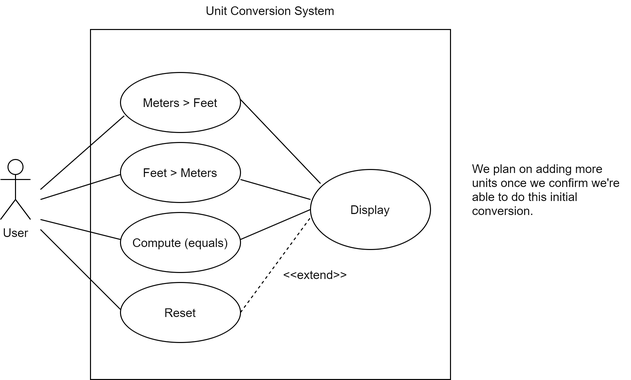
This is artifacts/functional-models/use-case-diagram3-unit-conversion.png from pratik-stha/GVSU-CIS641-MISCHIEF-MANAGEMENT, a draw.io export, as it was before one commit. Source tidied: cells renumbered, new cells last; positions are measured from the earlier drawing's top-left corner, leaving out a move shared by most shapes. Its diagram source:
```xml
<mxGraphModel>
  <root>
    <mxCell id="0" />
    <mxCell id="1" parent="0" />
    <mxCell id="2" style="rounded=0;whiteSpace=wrap;html=1;" parent="1" vertex="1">
      <mxGeometry x="90" y="29" width="360" height="350" as="geometry" />
    </mxCell>
    <mxCell id="3" value="User" style="shape=umlActor;verticalLabelPosition=bottom;verticalAlign=top;html=1;" parent="1" vertex="1">
      <mxGeometry y="159" width="30" height="60" as="geometry" />
    </mxCell>
    <mxCell id="4" value="Meters &amp;gt; Feet" style="ellipse;whiteSpace=wrap;html=1;" parent="1" vertex="1">
      <mxGeometry x="120" y="72" width="120" height="60" as="geometry" />
    </mxCell>
    <mxCell id="5" value="Feet &amp;gt; Meters" style="ellipse;whiteSpace=wrap;html=1;" parent="1" vertex="1">
      <mxGeometry x="120" y="142" width="120" height="60" as="geometry" />
    </mxCell>
    <mxCell id="6" value="Compute (equals)" style="ellipse;whiteSpace=wrap;html=1;" parent="1" vertex="1">
      <mxGeometry x="120" y="212" width="120" height="60" as="geometry" />
    </mxCell>
    <mxCell id="7" value="Display" style="ellipse;whiteSpace=wrap;html=1;" parent="1" vertex="1">
      <mxGeometry x="310" y="169" width="120" height="80" as="geometry" />
    </mxCell>
    <mxCell id="8" style="endArrow=none;html=1;entryX=0.031;entryY=0.722;entryDx=0;entryDy=0;entryPerimeter=0;" parent="1" edge="1" target="4">
      <mxGeometry relative="1" as="geometry">
        <mxPoint x="40" y="189" as="sourcePoint" />
      </mxGeometry>
    </mxCell>
    <mxCell id="9" style="endArrow=none;html=1;" parent="1" edge="1">
      <mxGeometry relative="1" as="geometry">
        <mxPoint x="40" y="229" as="sourcePoint" />
        <mxPoint x="120" y="309" as="targetPoint" />
      </mxGeometry>
    </mxCell>
    <mxCell id="10" value="Unit Conversion System" style="text;html=1;strokeColor=none;fillColor=none;align=center;verticalAlign=middle;whiteSpace=wrap;rounded=0;" parent="1" vertex="1">
      <mxGeometry x="160" width="220" height="20" as="geometry" />
    </mxCell>
    <mxCell id="11" value="Reset" style="ellipse;whiteSpace=wrap;html=1;" parent="1" vertex="1">
      <mxGeometry x="120" y="282" width="120" height="60" as="geometry" />
    </mxCell>
    <mxCell id="12" style="endArrow=none;html=1;" parent="1" edge="1">
      <mxGeometry relative="1" as="geometry">
        <mxPoint x="40" y="199" as="sourcePoint" />
        <mxPoint x="120" y="174" as="targetPoint" />
      </mxGeometry>
    </mxCell>
    <mxCell id="13" style="endArrow=none;html=1;" parent="1" edge="1">
      <mxGeometry relative="1" as="geometry">
        <mxPoint x="40" y="219" as="sourcePoint" />
        <mxPoint x="120" y="239" as="targetPoint" />
      </mxGeometry>
    </mxCell>
    <mxCell id="14" value="&amp;lt;&amp;lt;extend&amp;gt;&amp;gt;" style="text;html=1;strokeColor=none;fillColor=none;align=center;verticalAlign=middle;whiteSpace=wrap;rounded=0;" parent="1" vertex="1">
      <mxGeometry x="295" y="272" width="40" height="3" as="geometry" />
    </mxCell>
    <mxCell id="15" style="endArrow=none;dashed=1;html=1;entryX=0.006;entryY=0.588;entryDx=0;entryDy=0;entryPerimeter=0;exitX=1;exitY=0.5;exitDx=0;exitDy=0;" parent="1" edge="1" source="11" target="7">
      <mxGeometry relative="1" as="geometry" />
    </mxCell>
    <mxCell id="16" style="endArrow=none;html=1;entryX=0;entryY=0.5;entryDx=0;entryDy=0;" parent="1" edge="1" target="7">
      <mxGeometry relative="1" as="geometry">
        <mxPoint x="240" y="239" as="sourcePoint" />
      </mxGeometry>
    </mxCell>
    <mxCell id="17" style="endArrow=none;html=1;" parent="1" edge="1">
      <mxGeometry relative="1" as="geometry">
        <mxPoint x="240" y="179" as="sourcePoint" />
        <mxPoint x="310" y="199" as="targetPoint" />
      </mxGeometry>
    </mxCell>
    <mxCell id="18" style="endArrow=none;html=1;" parent="1" edge="1">
      <mxGeometry relative="1" as="geometry">
        <mxPoint x="240" y="99" as="sourcePoint" />
        <mxPoint x="320" y="183" as="targetPoint" />
      </mxGeometry>
    </mxCell>
    <mxCell id="19" value="We plan on adding more units once we confirm we're able to do this initial conversion.&amp;nbsp;" style="text;html=1;strokeColor=none;fillColor=none;align=left;verticalAlign=middle;whiteSpace=wrap;rounded=0;" parent="1" vertex="1">
      <mxGeometry x="470" y="129" width="160" height="120" as="geometry" />
    </mxCell>
  </root>
</mxGraphModel>
```
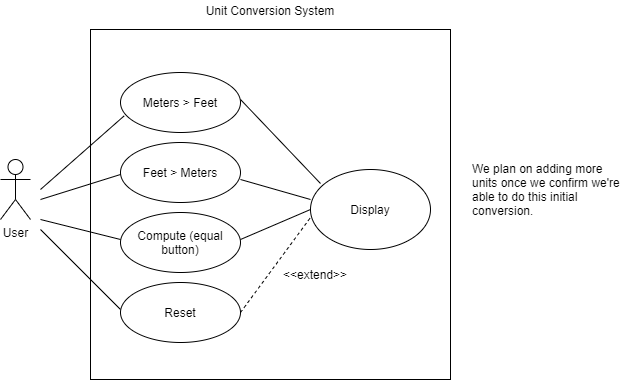
The same file after the commit.

What changed in the source:
```diff
@@ -14,7 +14,7 @@
     <mxCell id="5" value="Feet &amp;gt; Meters" style="ellipse;whiteSpace=wrap;html=1;" parent="1" vertex="1">
       <mxGeometry x="120" y="142" width="120" height="60" as="geometry" />
     </mxCell>
-    <mxCell id="6" value="Compute (equals)" style="ellipse;whiteSpace=wrap;html=1;" parent="1" vertex="1">
+    <mxCell id="6" value="Compute (equal button)" style="ellipse;whiteSpace=wrap;html=1;" parent="1" vertex="1">
       <mxGeometry x="120" y="212" width="120" height="60" as="geometry" />
     </mxCell>
     <mxCell id="7" value="Display" style="ellipse;whiteSpace=wrap;html=1;" parent="1" vertex="1">
```
